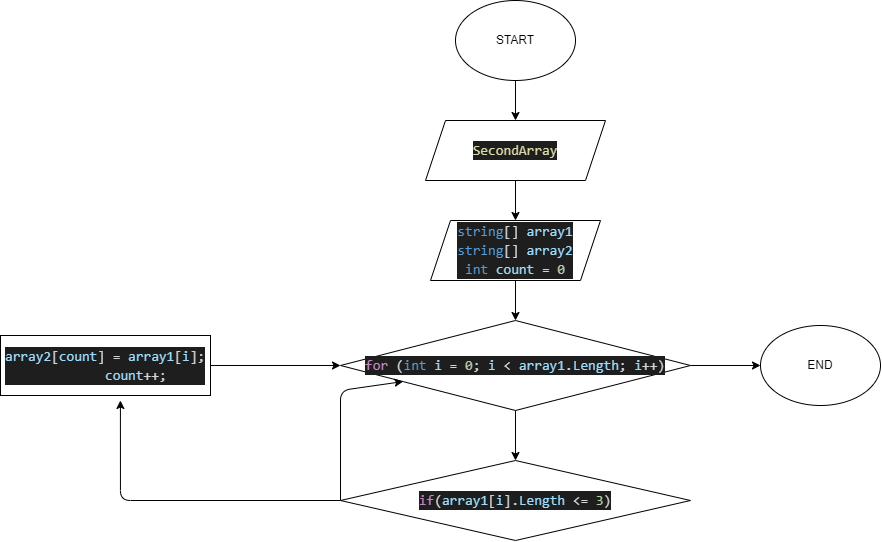
This is algorithm.drawio.png from chiou93/control_work, a draw.io export, as it was before one commit. Source tidied: cells renumbered, new cells last; positions are measured from the earlier drawing's top-left corner, leaving out a move shared by most shapes.
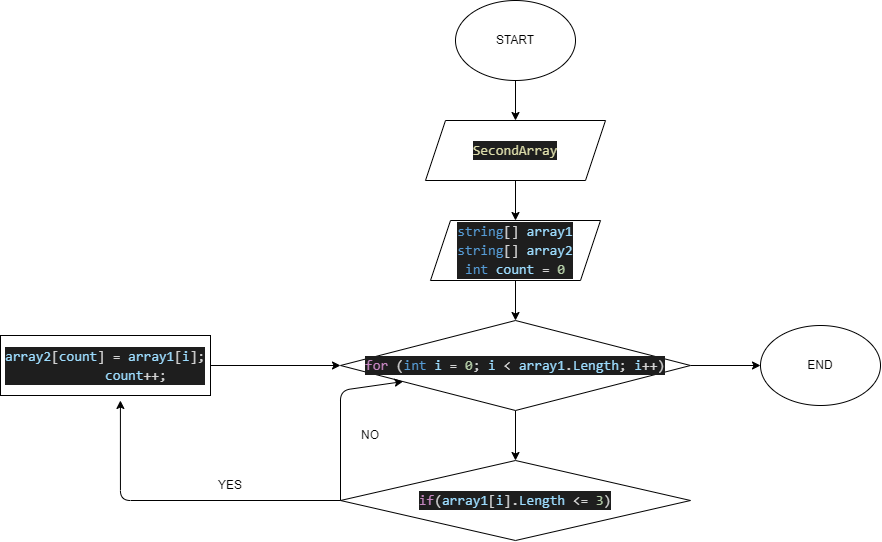
After the commit.

Commit message:
создали блок-схему

What changed in the source:
```diff
@@ -52,5 +52,11 @@
         </Array>
       </mxGeometry>
     </mxCell>
+    <mxCell id="17" value="YES" style="text;html=1;strokeColor=none;fillColor=none;align=center;verticalAlign=middle;whiteSpace=wrap;rounded=0;" parent="1" vertex="1">
+      <mxGeometry x="200" y="470" width="60" height="30" as="geometry" />
+    </mxCell>
+    <mxCell id="18" value="NO" style="text;html=1;strokeColor=none;fillColor=none;align=center;verticalAlign=middle;whiteSpace=wrap;rounded=0;" parent="1" vertex="1">
+      <mxGeometry x="340" y="420" width="60" height="30" as="geometry" />
+    </mxCell>
   </root>
 </mxGraphModel>
```
